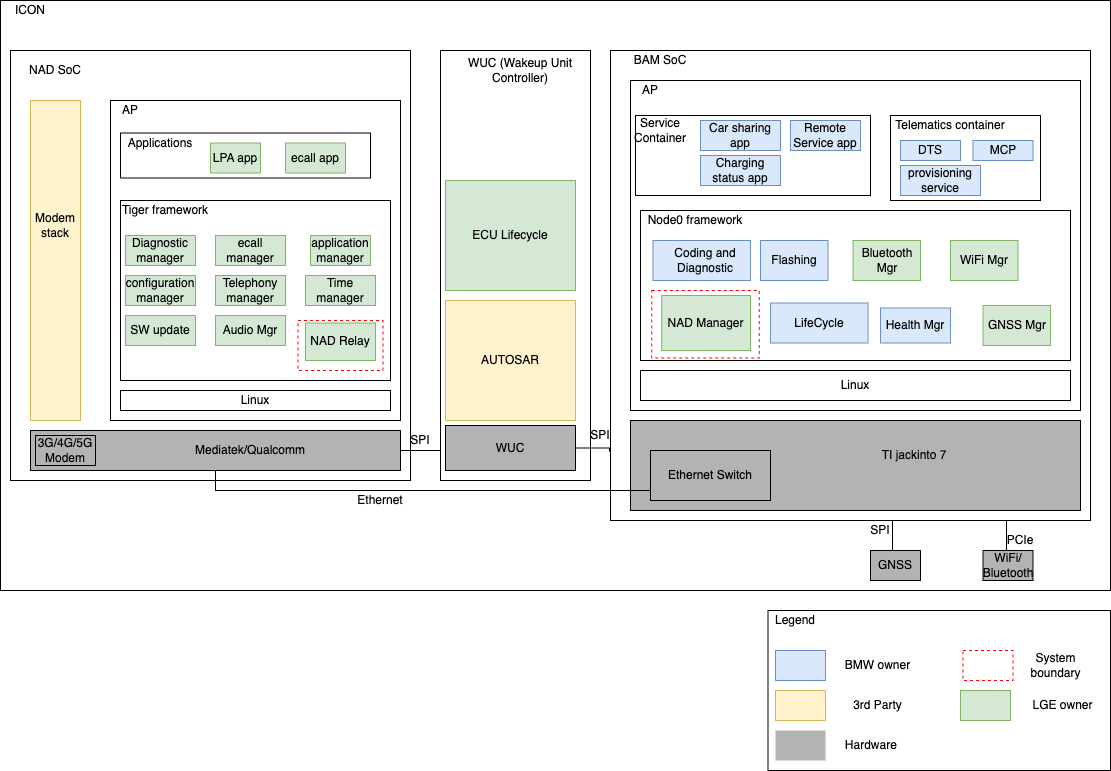
This is doc/SA cert/Design/figures/system_context/system_context-System_overview.drawio.png from taikt/codefun, a draw.io export, as it was before one commit. Source tidied: cells renumbered, new cells last; positions are measured from the earlier drawing's top-left corner, leaving out a move shared by most shapes.
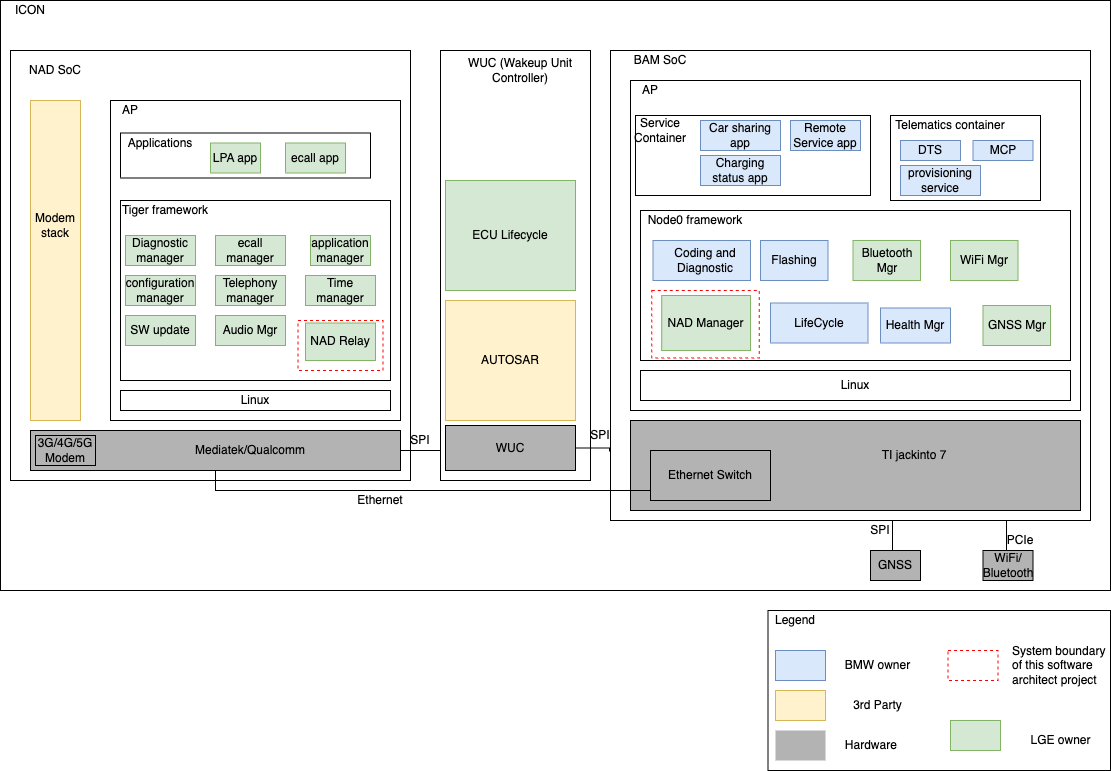
Above is the later version.

The edit, as a diff of the source:
```diff
@@ -239,7 +239,7 @@
       <mxGeometry x="767.5" y="610" width="342.5" height="160" as="geometry" />
     </mxCell>
     <mxCell id="78" style="rounded=0;whiteSpace=wrap;html=1;strokeColor=#82b366;fillColor=#d5e8d4;" parent="1" vertex="1">
-      <mxGeometry x="960" y="690" width="50" height="30" as="geometry" />
+      <mxGeometry x="950" y="720" width="50" height="30" as="geometry" />
     </mxCell>
     <mxCell id="79" style="rounded=0;whiteSpace=wrap;html=1;strokeColor=#6c8ebf;fillColor=#dae8fc;" parent="1" vertex="1">
       <mxGeometry x="775" y="650" width="50" height="30" as="geometry" />
@@ -251,13 +251,13 @@
       <mxGeometry x="775" y="730" width="50" height="30" as="geometry" />
     </mxCell>
     <mxCell id="82" style="rounded=0;whiteSpace=wrap;html=1;fillColor=none;strokeColor=#FF0000;dashed=1;" parent="1" vertex="1">
-      <mxGeometry x="962.5" y="650" width="50" height="30" as="geometry" />
+      <mxGeometry x="947.5" y="650" width="50" height="30" as="geometry" />
     </mxCell>
     <mxCell id="83" value="BMW owner" style="text;html=1;strokeColor=none;fillColor=none;align=center;verticalAlign=middle;whiteSpace=wrap;rounded=0;dashed=1;" parent="1" vertex="1">
       <mxGeometry x="835" y="655" width="85" height="20" as="geometry" />
     </mxCell>
     <mxCell id="84" value="LGE owner" style="text;html=1;strokeColor=none;fillColor=none;align=center;verticalAlign=middle;whiteSpace=wrap;rounded=0;dashed=1;" parent="1" vertex="1">
-      <mxGeometry x="1020" y="695" width="85" height="20" as="geometry" />
+      <mxGeometry x="1017.5" y="730" width="85" height="20" as="geometry" />
     </mxCell>
     <mxCell id="85" value="3rd Party" style="text;html=1;strokeColor=none;fillColor=none;align=center;verticalAlign=middle;whiteSpace=wrap;rounded=0;dashed=1;" parent="1" vertex="1">
       <mxGeometry x="835" y="695" width="85" height="20" as="geometry" />
@@ -265,8 +265,8 @@
     <mxCell id="86" value="Hardware&amp;nbsp;" style="text;html=1;strokeColor=none;fillColor=none;align=center;verticalAlign=middle;whiteSpace=wrap;rounded=0;dashed=1;" parent="1" vertex="1">
       <mxGeometry x="830" y="735" width="85" height="20" as="geometry" />
     </mxCell>
-    <mxCell id="87" value="System boundary" style="text;html=1;strokeColor=none;fillColor=none;align=center;verticalAlign=middle;whiteSpace=wrap;rounded=0;dashed=1;" parent="1" vertex="1">
-      <mxGeometry x="1012.5" y="655" width="85" height="20" as="geometry" />
+    <mxCell id="87" value="System boundary of this software architect project" style="text;html=1;strokeColor=none;fillColor=none;align=left;verticalAlign=middle;whiteSpace=wrap;rounded=0;dashed=1;" parent="1" vertex="1">
+      <mxGeometry x="1010" y="655" width="100" height="20" as="geometry" />
     </mxCell>
     <mxCell id="88" value="Legend" style="text;html=1;strokeColor=none;fillColor=none;align=center;verticalAlign=middle;whiteSpace=wrap;rounded=0;dashed=1;" parent="1" vertex="1">
       <mxGeometry x="775" y="610" width="40" height="20" as="geometry" />
```
